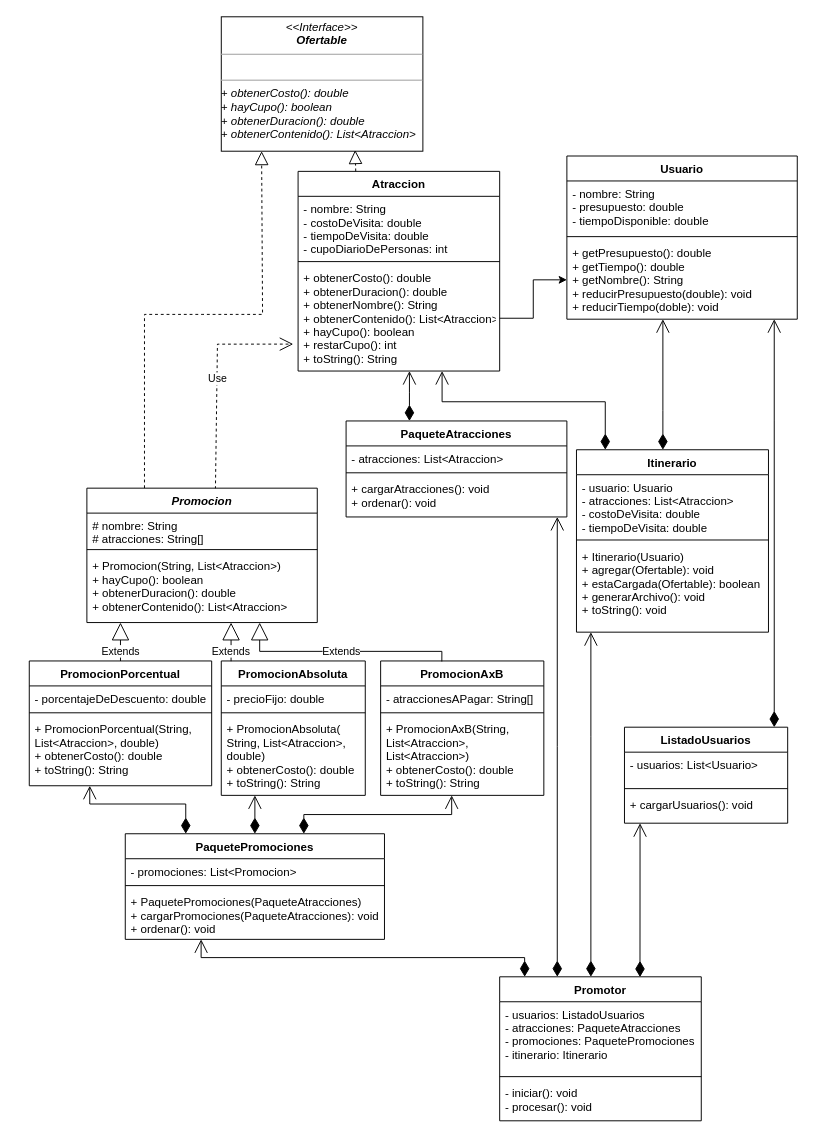
Earlier version of the draw.io diagram UML/TierraMedia.drawio (telejam/Turismo-en-la-Tierra-Media-1). Source tidied: cells renumbered, new cells numbered last; positions are measured from the earlier drawing's top-left corner, leaving out a move shared by most shapes. Both pictures are drawn from the tidied source at 96%, with x=0, y=0 at pixel (29, 16).
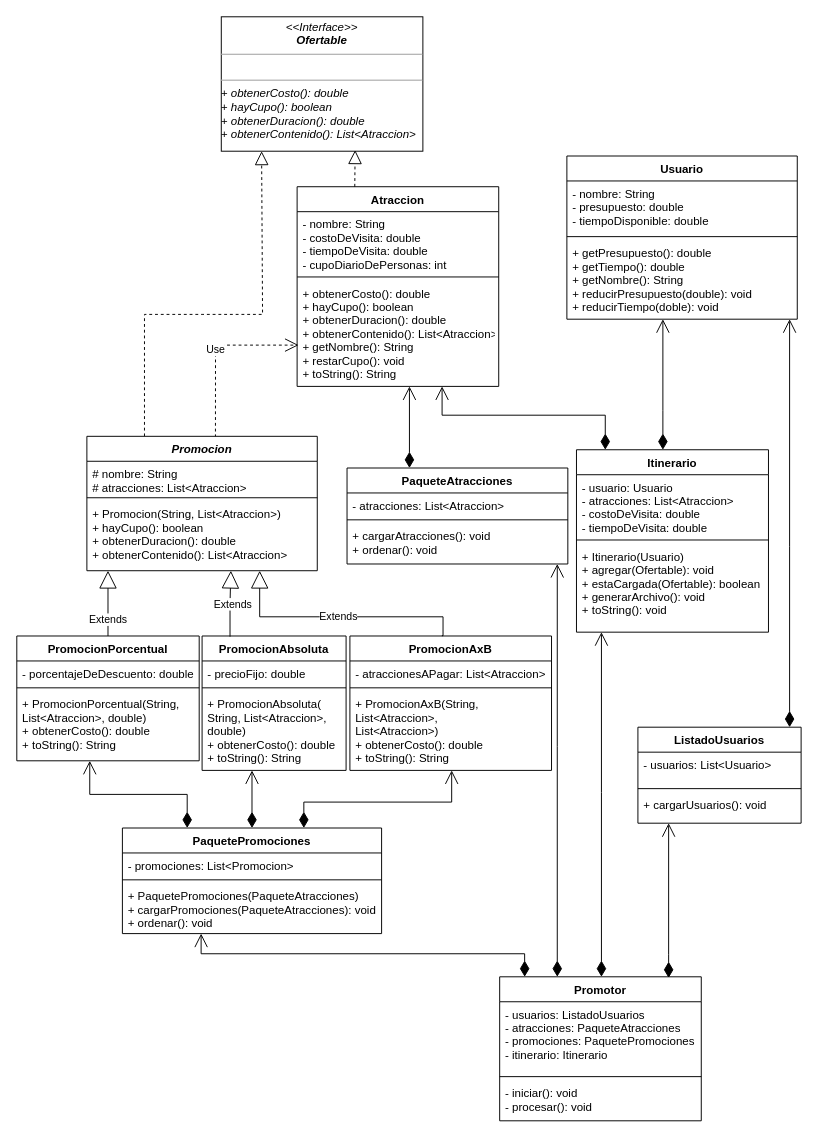
The same diagram, later.

The change refers to these unchanged cells:
```xml
<mxCell id="6" value="Usuario" style="swimlane;fontStyle=1;align=center;verticalAlign=top;horizontal=1;startSize=26;" parent="1" vertex="1">
  <mxGeometry x="560" y="145" width="240" height="170" as="geometry" />
</mxCell>
<mxCell id="10" value="Itinerario" style="swimlane;fontStyle=1;align=center;verticalAlign=top;horizontal=1;startSize=26;" parent="1" vertex="1">
  <mxGeometry x="570" y="451" width="200" height="190" as="geometry" />
</mxCell>
<mxCell id="13" value="+ Itinerario(Usuario)&#10;+ agregar(Ofertable): void&#10;+ estaCargada(Ofertable): boolean&#10;+ generarArchivo(): void&#10;+ toString(): void" style="text;strokeColor=none;fillColor=none;align=left;verticalAlign=top;spacingLeft=4;spacingRight=4;overflow=hidden;points=[[0,0.5],[1,0.5]];portConstraint=eastwest;" parent="10" vertex="1">
  <mxGeometry y="98" width="200" height="92" as="geometry" />
</mxCell>
<mxCell id="31" value="Promotor" style="swimlane;fontStyle=1;align=center;verticalAlign=top;horizontal=1;startSize=26;" parent="1" vertex="1">
  <mxGeometry x="490" y="1000" width="210" height="150" as="geometry" />
</mxCell>
<mxCell id="63" value="+ Promocion(String, List&lt;Atraccion&gt;)&#10;+ hayCupo(): boolean&#10;+ obtenerDuracion(): double&#10;+ obtenerContenido(): List&lt;Atraccion&gt;" style="text;strokeColor=none;fillColor=none;align=left;verticalAlign=top;spacingLeft=4;spacingRight=4;overflow=hidden;points=[[0,0.5],[1,0.5]];portConstraint=eastwest;fontStyle=0;" parent="60" vertex="1">
  <mxGeometry y="68" width="240" height="72" as="geometry" />
</mxCell>
```

What changed in the source:
```diff
@@
     <mxCell id="2" value="Atraccion" style="swimlane;fontStyle=1;align=center;verticalAlign=top;horizontal=1;startSize=26;" parent="1" vertex="1">
-      <mxGeometry x="280" y="161" width="210" height="208" as="geometry" />
+      <mxGeometry x="279" y="177" width="210" height="208" as="geometry" />
     </mxCell>
@@
-    <mxCell id="5" value="+ obtenerCosto(): double&#10;+ obtenerDuracion(): double&#10;+ obtenerNombre(): String&#10;+ obtenerContenido(): List&lt;Atraccion&gt;&#10;+ hayCupo(): boolean&#10;+ restarCupo(): int&#10;+ toString(): String" style="text;strokeColor=none;fillColor=none;align=left;verticalAlign=top;spacingLeft=4;spacingRight=4;overflow=hidden;points=[[0,0.5],[1,0.5]];portConstraint=eastwest;" parent="2" vertex="1">
-      <mxGeometry y="98" width="210" height="110" as="geometry" />
-    </mxCell>
+    <mxCell id="65" value="+ obtenerCosto(): double&#10;+ hayCupo(): boolean&#10;+ obtenerDuracion(): double&#10;+ obtenerContenido(): List&lt;Atraccion&gt;&#10;+ getNombre(): String&#10;+ restarCupo(): void&#10;+ toString(): String" style="text;strokeColor=none;fillColor=none;align=left;verticalAlign=top;spacingLeft=4;spacingRight=4;overflow=hidden;points=[[0,0.5],[1,0.5]];portConstraint=eastwest;" parent="2" vertex="1">
+      <mxGeometry y="98" width="210" height="110" as="geometry" />
+    </mxCell>
@@
-    <mxCell id="9" value="+ getPresupuesto(): double&#10;+ getTiempo(): double&#10;+ getNombre(): String&#10;+ reducirPresupuesto(double): void&#10;+ reducirTiempo(doble): void" style="text;strokeColor=none;fillColor=none;align=left;verticalAlign=top;spacingLeft=4;spacingRight=4;overflow=hidden;points=[[0,0.5],[1,0.5]];portConstraint=eastwest;" parent="6" vertex="1">
+    <mxCell id="9" value="+ getPresupuesto(): double&#10;+ getTiempo(): double&#10;+ getNombre(): String&#10;+ reducirPresupuesto(double): void&#10;+ reducirTiempo(doble): void" style="text;strokeColor=none;fillColor=none;align=left;verticalAlign=top;spacingLeft=4;spacingRight=4;overflow=hidden;points=[[0,0.5],[1,0.5]];portConstraint=eastwest;" parent="6" vertex="1">
       <mxGeometry y="88" width="240" height="82" as="geometry" />
     </mxCell>
@@
     <mxCell id="14" value="PromocionPorcentual" style="swimlane;fontStyle=1;align=center;verticalAlign=top;horizontal=1;startSize=26;" parent="1" vertex="1">
-      <mxGeometry y="671" width="190" height="130" as="geometry" />
+      <mxGeometry x="-13" y="645" width="190" height="130" as="geometry" />
     </mxCell>
@@
     <mxCell id="18" value="PromocionAbsoluta" style="swimlane;fontStyle=1;align=center;verticalAlign=top;horizontal=1;startSize=26;" parent="1" vertex="1">
-      <mxGeometry x="200" y="671" width="150" height="140" as="geometry" />
+      <mxGeometry x="180" y="645" width="150" height="140" as="geometry" />
     </mxCell>
@@
-    <mxCell id="21" value="+ PromocionAbsoluta(&#10;String, List&lt;Atraccion&gt;,&#10;double)&#10;+ obtenerCosto(): double&#10;+ toString(): String" style="text;strokeColor=none;fillColor=none;align=left;verticalAlign=top;spacingLeft=4;spacingRight=4;overflow=hidden;" parent="18" vertex="1">
+    <mxCell id="21" value="+ PromocionAbsoluta(&#10;String, List&lt;Atraccion&gt;,&#10;double)&#10;+ obtenerCosto(): double&#10;+ toString(): String" style="text;strokeColor=none;fillColor=none;align=left;verticalAlign=top;spacingLeft=4;spacingRight=4;overflow=hidden;" parent="18" vertex="1">
       <mxGeometry y="58" width="150" height="82" as="geometry" />
     </mxCell>
     <mxCell id="22" value="PromocionAxB" style="swimlane;fontStyle=1;align=center;verticalAlign=top;horizontal=1;startSize=26;" parent="1" vertex="1">
-      <mxGeometry x="366" y="671" width="170" height="140" as="geometry" />
+      <mxGeometry x="334" y="645" width="210" height="140" as="geometry" />
     </mxCell>
-    <mxCell id="23" value="- atraccionesAPagar: String[]" style="text;strokeColor=none;fillColor=none;align=left;verticalAlign=top;spacingLeft=4;spacingRight=4;overflow=hidden;" parent="22" vertex="1">
-      <mxGeometry y="26" width="170" height="24" as="geometry" />
-    </mxCell>
-    <mxCell id="24" style="line;strokeWidth=1;fillColor=none;align=left;verticalAlign=middle;spacingTop=-1;spacingLeft=3;spacingRight=3;labelPosition=right;" parent="22" vertex="1">
-      <mxGeometry y="50" width="170" height="8" as="geometry" />
-    </mxCell>
+    <mxCell id="66" value="- atraccionesAPagar: List&lt;Atraccion&gt;" style="text;strokeColor=none;fillColor=none;align=left;verticalAlign=top;spacingLeft=4;spacingRight=4;overflow=hidden;" parent="22" vertex="1">
+      <mxGeometry y="26" width="210" height="24" as="geometry" />
+    </mxCell>
+    <mxCell id="67" style="line;strokeWidth=1;fillColor=none;align=left;verticalAlign=middle;spacingTop=-1;spacingLeft=3;spacingRight=3;labelPosition=right;" parent="22" vertex="1">
+      <mxGeometry y="50" width="210" height="8" as="geometry" />
+    </mxCell>
     <mxCell id="25" value="+ PromocionAxB(String, &#10;List&lt;Atraccion&gt;, &#10;List&lt;Atraccion&gt;)&#10;+ obtenerCosto(): double&#10;+ toString(): String" style="text;strokeColor=none;fillColor=none;align=left;verticalAlign=top;spacingLeft=4;spacingRight=4;overflow=hidden;" parent="22" vertex="1">
-      <mxGeometry y="58" width="170" height="82" as="geometry" />
+      <mxGeometry y="58" width="210" height="82" as="geometry" />
     </mxCell>
@@
-    <mxCell id="27" value="Extends" style="endArrow=block;endSize=16;endFill=0;html=1;rounded=0;edgeStyle=orthogonalEdgeStyle;exitX=0.068;exitY=0.002;exitDx=0;exitDy=0;exitPerimeter=0;" parent="1" edge="1" source="18" target="60">
-      <mxGeometry x="-0.48" relative="1" as="geometry">
-        <Array as="points">
-          <mxPoint x="210" y="670" />
-          <mxPoint x="210" y="670" />
-        </Array>
-      </mxGeometry>
-    </mxCell>
+    <mxCell id="68" value="Extends" style="endArrow=block;endSize=16;endFill=0;html=1;rounded=0;edgeStyle=orthogonalEdgeStyle;exitX=0.194;exitY=0.005;exitDx=0;exitDy=0;exitPerimeter=0;entryX=0.625;entryY=1;entryDx=0;entryDy=0;entryPerimeter=0;" parent="1" edge="1" source="18" target="63">
+      <mxGeometry x="-0.02" y="-3" relative="1" as="geometry" />
+    </mxCell>
-    <mxCell id="28" value="Extends" style="endArrow=block;endSize=16;endFill=0;html=1;rounded=0;edgeStyle=orthogonalEdgeStyle;exitX=0.375;exitY=0.004;exitDx=0;exitDy=0;exitPerimeter=0;" parent="1" edge="1" source="22" target="60">
+    <mxCell id="28" value="Extends" style="endArrow=block;endSize=16;endFill=0;html=1;rounded=0;edgeStyle=orthogonalEdgeStyle;exitX=0.456;exitY=-0.002;exitDx=0;exitDy=0;exitPerimeter=0;" parent="1" edge="1" source="22" target="60">
       <mxGeometry relative="1" as="geometry">
         <Array as="points">
-          <mxPoint x="430" y="661" />
-          <mxPoint x="240" y="661" />
+          <mxPoint x="431" y="625" />
+          <mxPoint x="240" y="625" />
         </Array>
       </mxGeometry>
     </mxCell>
@@
     <mxCell id="30" style="endArrow=open;html=1;endSize=12;startArrow=diamondThin;startSize=14;startFill=1;edgeStyle=orthogonalEdgeStyle;align=left;verticalAlign=bottom;rounded=0;" parent="1" edge="1" source="10" target="2">
       <mxGeometry x="-1" y="3" relative="1" as="geometry">
         <Array as="points">
-          <mxPoint x="600" y="401" />
-          <mxPoint x="430" y="401" />
+          <mxPoint x="600" y="415" />
+          <mxPoint x="430" y="415" />
         </Array>
       </mxGeometry>
     </mxCell>
@@
     <mxCell id="35" value="PaqueteAtracciones" style="swimlane;fontStyle=1;align=center;verticalAlign=top;horizontal=1;startSize=26;" parent="1" vertex="1">
-      <mxGeometry x="330" y="421" width="230" height="100" as="geometry" />
+      <mxGeometry x="331" y="470" width="230" height="100" as="geometry" />
     </mxCell>
-    <mxCell id="36" value="- atracciones: List&lt;Atraccion&gt; " style="text;strokeColor=none;fillColor=none;align=left;verticalAlign=top;spacingLeft=4;spacingRight=4;overflow=hidden;" parent="35" vertex="1">
+    <mxCell id="36" value="- atracciones: List&lt;Atraccion&gt; " style="text;strokeColor=none;fillColor=none;align=left;verticalAlign=top;spacingLeft=4;spacingRight=4;overflow=hidden;" parent="35" vertex="1">
       <mxGeometry y="26" width="230" height="24" as="geometry" />
     </mxCell>
@@
     <mxCell id="39" value="PaquetePromociones" style="swimlane;fontStyle=1;align=center;verticalAlign=top;horizontal=1;startSize=26;" parent="1" vertex="1">
-      <mxGeometry x="100" y="851" width="270" height="110" as="geometry" />
+      <mxGeometry x="97" y="845" width="270" height="110" as="geometry" />
     </mxCell>
@@
     <mxCell id="43" value="ListadoUsuarios" style="swimlane;fontStyle=1;align=center;verticalAlign=top;horizontal=1;startSize=26;" parent="1" vertex="1">
-      <mxGeometry x="620" y="740" width="170" height="100" as="geometry" />
+      <mxGeometry x="634" y="740" width="170" height="100" as="geometry" />
     </mxCell>
@@
     <mxCell id="47" style="endArrow=open;html=1;endSize=12;startArrow=diamondThin;startSize=14;startFill=1;edgeStyle=orthogonalEdgeStyle;align=left;verticalAlign=bottom;rounded=0;" parent="1" edge="1" source="31" target="13">
       <mxGeometry x="-1" y="3" relative="1" as="geometry">
         <Array as="points">
-          <mxPoint x="585" y="750" />
-          <mxPoint x="585" y="750" />
+          <mxPoint x="596" y="808" />
+          <mxPoint x="596" y="808" />
         </Array>
       </mxGeometry>
     </mxCell>
     <mxCell id="48" style="endArrow=open;html=1;endSize=12;startArrow=diamondThin;startSize=14;startFill=1;edgeStyle=orthogonalEdgeStyle;align=left;verticalAlign=bottom;rounded=0;" parent="1" edge="1" source="43" target="6">
       <mxGeometry x="-1" y="3" relative="1" as="geometry">
         <Array as="points">
-          <mxPoint x="776" y="421" />
-          <mxPoint x="776" y="421" />
+          <mxPoint x="792" y="552" />
+          <mxPoint x="792" y="552" />
         </Array>
       </mxGeometry>
     </mxCell>
@@
     <mxCell id="50" style="endArrow=open;html=1;endSize=12;startArrow=diamondThin;startSize=14;startFill=1;edgeStyle=orthogonalEdgeStyle;align=left;verticalAlign=bottom;rounded=0;exitX=0.124;exitY=0;exitDx=0;exitDy=0;exitPerimeter=0;" parent="1" edge="1" source="31" target="39">
       <mxGeometry x="-1" y="3" relative="1" as="geometry">
         <Array as="points">
-          <mxPoint x="516" y="980" />
-          <mxPoint x="179" y="980" />
+          <mxPoint x="516" y="976" />
+          <mxPoint x="179" y="976" />
         </Array>
       </mxGeometry>
     </mxCell>
-    <mxCell id="51" style="endArrow=open;html=1;endSize=12;startArrow=diamondThin;startSize=14;startFill=1;edgeStyle=orthogonalEdgeStyle;align=left;verticalAlign=bottom;rounded=0;exitX=0.696;exitY=0.002;exitDx=0;exitDy=0;exitPerimeter=0;" parent="1" edge="1" source="31" target="43">
+    <mxCell id="51" style="endArrow=open;html=1;endSize=12;startArrow=diamondThin;startSize=14;startFill=1;edgeStyle=orthogonalEdgeStyle;align=left;verticalAlign=bottom;rounded=0;exitX=0.838;exitY=0.008;exitDx=0;exitDy=0;exitPerimeter=0;" parent="1" edge="1" source="31" target="43">
       <mxGeometry x="-1" y="3" relative="1" as="geometry">
         <Array as="points">
-          <mxPoint x="636" y="870" />
-          <mxPoint x="636" y="870" />
+          <mxPoint x="666" y="977" />
+          <mxPoint x="666" y="977" />
         </Array>
       </mxGeometry>
     </mxCell>
     <mxCell id="52" style="endArrow=open;html=1;endSize=12;startArrow=diamondThin;startSize=14;startFill=1;edgeStyle=orthogonalEdgeStyle;align=left;verticalAlign=bottom;rounded=0;" parent="1" edge="1" source="39" target="22">
       <mxGeometry x="-1" y="3" relative="1" as="geometry">
         <Array as="points">
-          <mxPoint x="286" y="831" />
-          <mxPoint x="440" y="831" />
+          <mxPoint x="286" y="818" />
+          <mxPoint x="440" y="818" />
         </Array>
       </mxGeometry>
     </mxCell>
-    <mxCell id="53" style="endArrow=open;html=1;endSize=12;startArrow=diamondThin;startSize=14;startFill=1;edgeStyle=orthogonalEdgeStyle;align=left;verticalAlign=bottom;rounded=0;" parent="1" edge="1" target="14">
-      <mxGeometry x="-1" y="3" relative="1" as="geometry">
-        <mxPoint x="163" y="851" as="sourcePoint" />
-        <Array as="points">
-          <mxPoint x="163" y="820" />
-          <mxPoint x="63" y="820" />
-        </Array>
-      </mxGeometry>
-    </mxCell>
+    <mxCell id="69" style="endArrow=open;html=1;endSize=12;startArrow=diamondThin;startSize=14;startFill=1;edgeStyle=orthogonalEdgeStyle;align=left;verticalAlign=bottom;rounded=0;exitX=0.25;exitY=0;exitDx=0;exitDy=0;" parent="1" edge="1" source="39" target="14">
+      <mxGeometry x="-1" y="3" relative="1" as="geometry">
+        <Array as="points">
+          <mxPoint x="164" y="810" />
+          <mxPoint x="63" y="810" />
+        </Array>
+      </mxGeometry>
+    </mxCell>
@@
-    <mxCell id="59" value="Use" style="endArrow=open;endSize=12;dashed=1;html=1;rounded=0;startArrow=none;exitX=0.558;exitY=0.007;exitDx=0;exitDy=0;exitPerimeter=0;entryX=-0.024;entryY=0.745;entryDx=0;entryDy=0;entryPerimeter=0;" parent="1" edge="1" source="60" target="5">
+    <mxCell id="59" value="Use" style="endArrow=open;endSize=12;dashed=1;html=1;rounded=0;startArrow=none;exitX=0.558;exitY=0.007;exitDx=0;exitDy=0;exitPerimeter=0;entryX=0.007;entryY=0.609;entryDx=0;entryDy=0;entryPerimeter=0;" parent="1" edge="1" source="60" target="65">
       <mxGeometry relative="1" as="geometry">
         <Array as="points">
-          <mxPoint x="196" y="341" />
+          <mxPoint x="194" y="342" />
         </Array>
       </mxGeometry>
     </mxCell>
     <mxCell id="60" value="Promocion" style="swimlane;fontStyle=3;align=center;verticalAlign=top;horizontal=1;startSize=26;" parent="1" vertex="1">
-      <mxGeometry x="60" y="491" width="240" height="140" as="geometry" />
+      <mxGeometry x="60" y="437" width="240" height="140" as="geometry" />
     </mxCell>
-    <mxCell id="61" value="# nombre: String&#10;# atracciones: String[]" style="text;strokeColor=none;fillColor=none;align=left;verticalAlign=top;spacingLeft=4;spacingRight=4;overflow=hidden;" parent="60" vertex="1">
-      <mxGeometry y="26" width="240" height="34" as="geometry" />
-    </mxCell>
+    <mxCell id="70" value="# nombre: String&#10;# atracciones: List&lt;Atraccion&gt; " style="text;strokeColor=none;fillColor=none;align=left;verticalAlign=top;spacingLeft=4;spacingRight=4;overflow=hidden;" parent="60" vertex="1">
+      <mxGeometry y="26" width="240" height="34" as="geometry" />
+    </mxCell>
@@
-    <mxCell id="64" style="edgeStyle=orthogonalEdgeStyle;rounded=0;jettySize=auto;html=1;" parent="1" edge="1" source="5" target="9">
-      <mxGeometry relative="1" as="geometry" />
-    </mxCell>
```
